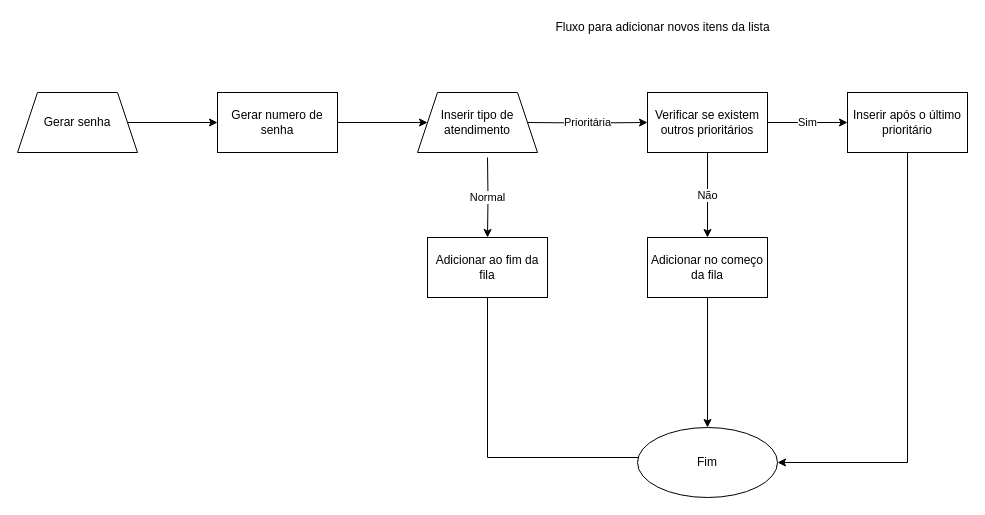
This is page "Gerar" (2 of 5) of documentation/fluxo.drawio from ssdaniel96/facul-estrutura_de_dados-proj_fila, a draw.io file, before an edit. Source tidied: cells renumbered, new cells numbered last; positions are measured from the earlier drawing's top-left corner, leaving out a move shared by most shapes. Both pictures are drawn from the tidied source at 100%, with x=0, y=0 at pixel (17, 17).
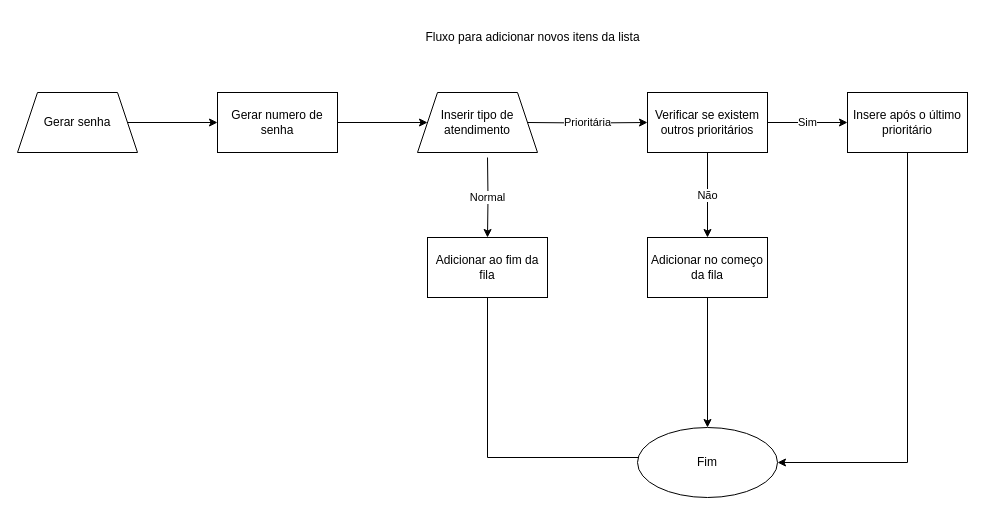
Above is the later version.

Diff of the diagram source:
```diff
@@
-    <mxCell id="8" value="Inserir após o último prioritário" style="whiteSpace=wrap;html=1;" parent="1" vertex="1">
+    <mxCell id="8" value="Insere após o último prioritário" style="whiteSpace=wrap;html=1;" parent="1" vertex="1">
       <mxGeometry x="830" y="75" width="120" height="60" as="geometry" />
     </mxCell>
@@
     <mxCell id="13" value="Fluxo para adicionar novos itens da lista" style="text;html=1;align=center;verticalAlign=middle;" parent="1" vertex="1">
-      <mxGeometry x="530" width="230" height="20" as="geometry" />
+      <mxGeometry x="400" y="10" width="230" height="20" as="geometry" />
     </mxCell>
```
